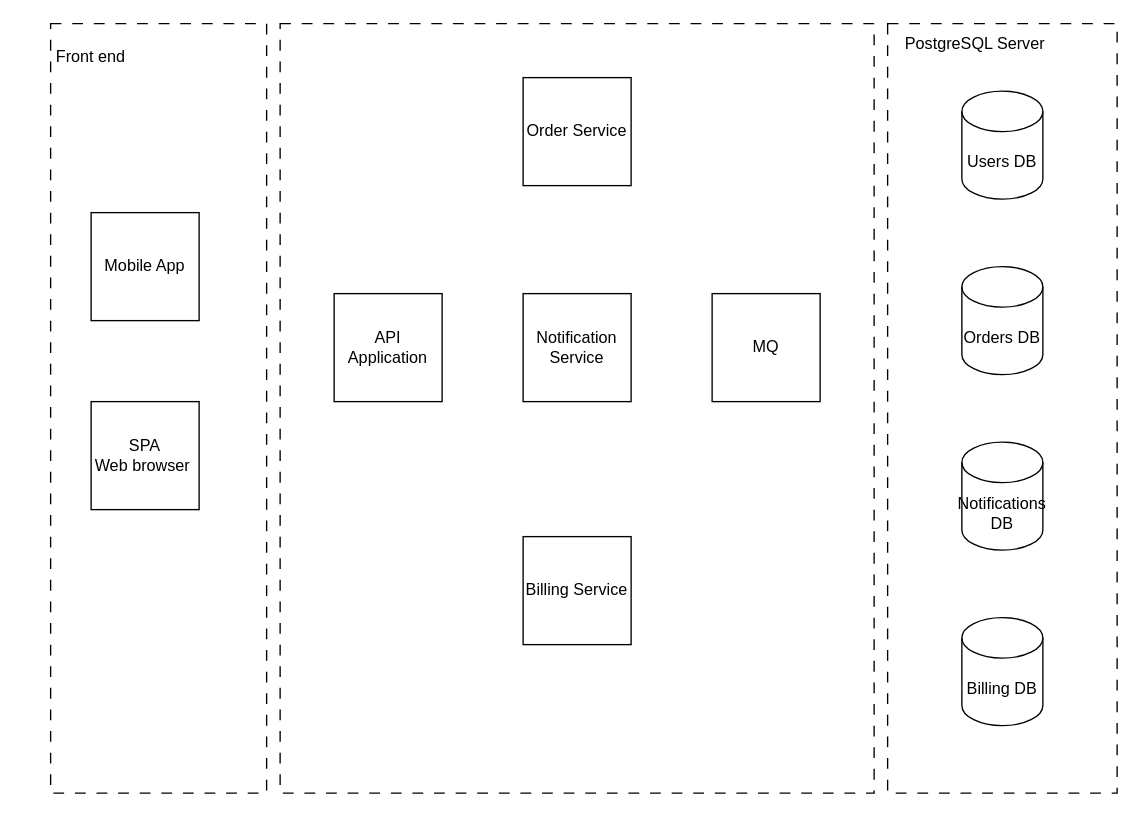
Above: 3 deployment.drawio in samsonovsa/OtusArhitectureHW3 (draw.io), before the change. Source tidied: cells renumbered, new cells numbered last; positions are measured from the earlier drawing's top-left corner, leaving out a move shared by most shapes. Both pictures are drawn from the tidied source at 135%, with x=0, y=0 at pixel (50, 23).
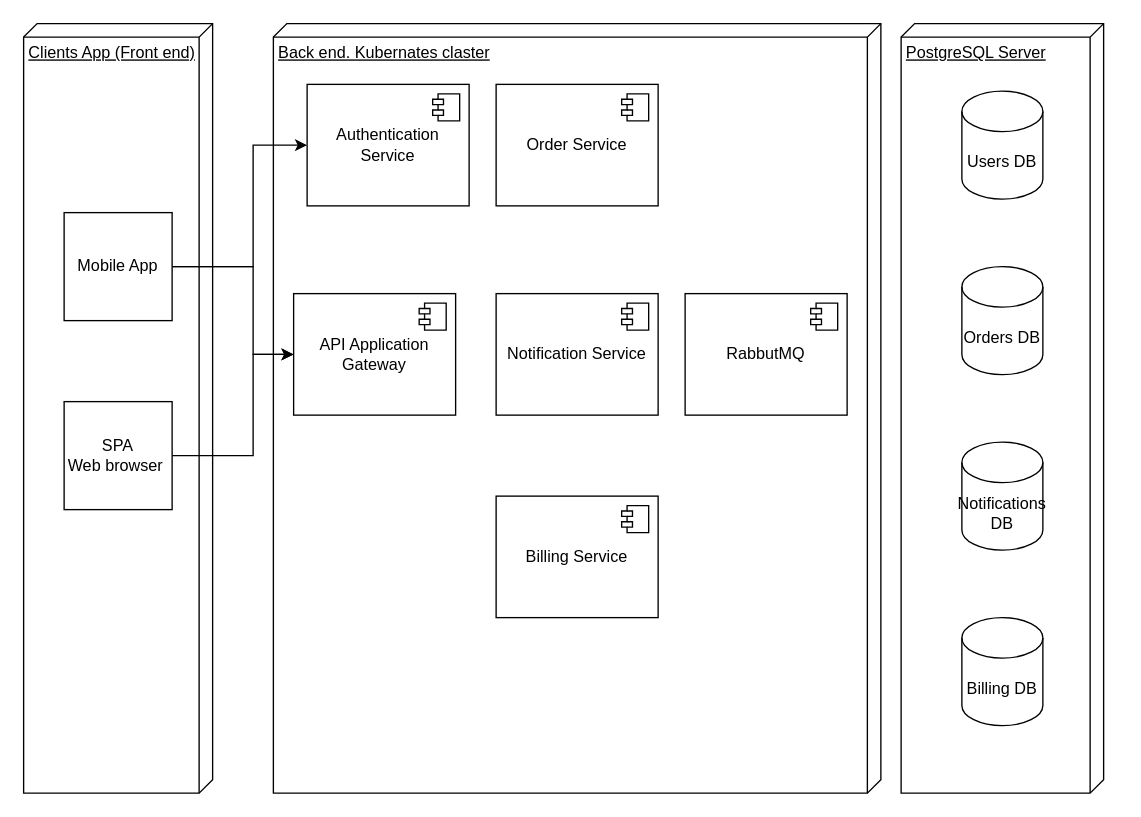
After the change.

Commit message (it also covers changes not shown here):
add deployment diagramm

Diff of the diagram source:
```diff
@@
-    <mxCell id="2" style="rounded=0;whiteSpace=wrap;html=1;dashed=1;dashPattern=8 8;" parent="1" vertex="1">
-      <mxGeometry x="170" width="440" height="570" as="geometry" />
-    </mxCell>
-    <mxCell id="3" style="rounded=0;whiteSpace=wrap;html=1;dashed=1;dashPattern=8 8;" parent="1" vertex="1">
-      <mxGeometry x="620" width="170" height="570" as="geometry" />
-    </mxCell>
-    <mxCell id="4" style="rounded=0;whiteSpace=wrap;html=1;dashed=1;dashPattern=8 8;" parent="1" vertex="1">
-      <mxGeometry width="160" height="570" as="geometry" />
-    </mxCell>
+    <mxCell id="17" value="PostgreSQL Server" style="verticalAlign=top;align=left;spacingTop=8;spacingLeft=2;spacingRight=12;shape=cube;size=10;direction=south;fontStyle=4;html=1;whiteSpace=wrap;" parent="1" vertex="1">
+      <mxGeometry x="630" width="150" height="570" as="geometry" />
+    </mxCell>
+    <mxCell id="18" value="Back end. Kubernates claster" style="verticalAlign=top;align=left;spacingTop=8;spacingLeft=2;spacingRight=12;shape=cube;size=10;direction=south;fontStyle=4;html=1;whiteSpace=wrap;" parent="1" vertex="1">
+      <mxGeometry x="165" width="450" height="570" as="geometry" />
+    </mxCell>
+    <mxCell id="19" value="Clients App (Front end)" style="verticalAlign=top;align=left;spacingTop=8;spacingLeft=2;spacingRight=12;shape=cube;size=10;direction=south;fontStyle=4;html=1;whiteSpace=wrap;" parent="1" vertex="1">
+      <mxGeometry x="-20" width="140" height="570" as="geometry" />
+    </mxCell>
+    <mxCell id="20" style="edgeStyle=orthogonalEdgeStyle;rounded=0;jettySize=auto;html=1;" parent="1" edge="1" source="5" target="30">
+      <mxGeometry relative="1" as="geometry">
+        <Array as="points">
+          <mxPoint x="150" y="180" />
+          <mxPoint x="150" y="245" />
+        </Array>
+      </mxGeometry>
+    </mxCell>
+    <mxCell id="21" style="edgeStyle=orthogonalEdgeStyle;rounded=0;jettySize=auto;html=1;entryX=0;entryY=0.5;entryDx=0;entryDy=0;" parent="1" edge="1" source="5" target="26">
+      <mxGeometry relative="1" as="geometry">
+        <Array as="points">
+          <mxPoint x="150" y="180" />
+          <mxPoint x="150" y="90" />
+        </Array>
+      </mxGeometry>
+    </mxCell>
     <mxCell id="5" value="Mobile App" style="whiteSpace=wrap;html=1;" parent="1" vertex="1">
-      <mxGeometry x="30" y="140" width="80" height="80" as="geometry" />
+      <mxGeometry x="10" y="140" width="80" height="80" as="geometry" />
     </mxCell>
+    <mxCell id="22" style="edgeStyle=orthogonalEdgeStyle;rounded=0;jettySize=auto;html=1;" parent="1" edge="1" source="6" target="30">
+      <mxGeometry relative="1" as="geometry">
+        <Array as="points">
+          <mxPoint x="150" y="320" />
+          <mxPoint x="150" y="245" />
+        </Array>
+      </mxGeometry>
+    </mxCell>
     <mxCell id="6" value="SPA&lt;br&gt;Web browser&amp;nbsp;" style="whiteSpace=wrap;html=1;" parent="1" vertex="1">
-      <mxGeometry x="30" y="280" width="80" height="80" as="geometry" />
+      <mxGeometry x="10" y="280" width="80" height="80" as="geometry" />
     </mxCell>
-    <mxCell id="7" value="API Application" style="whiteSpace=wrap;html=1;" parent="1" vertex="1">
-      <mxGeometry x="210" y="200" width="80" height="80" as="geometry" />
-    </mxCell>
-    <mxCell id="8" value="Order Service" style="whiteSpace=wrap;html=1;" parent="1" vertex="1">
-      <mxGeometry x="350" y="40" width="80" height="80" as="geometry" />
-    </mxCell>
-    <mxCell id="9" value="Notification Service" style="whiteSpace=wrap;html=1;" parent="1" vertex="1">
-      <mxGeometry x="350" y="200" width="80" height="80" as="geometry" />
-    </mxCell>
-    <mxCell id="10" value="Billing Service" style="whiteSpace=wrap;html=1;" parent="1" vertex="1">
-      <mxGeometry x="350" y="380" width="80" height="80" as="geometry" />
-    </mxCell>
-    <mxCell id="11" value="MQ" style="whiteSpace=wrap;html=1;" parent="1" vertex="1">
-      <mxGeometry x="490" y="200" width="80" height="80" as="geometry" />
-    </mxCell>
@@
-    <mxCell id="16" value="Front end" style="text;html=1;strokeColor=none;fillColor=none;align=center;verticalAlign=middle;whiteSpace=wrap;rounded=0;" parent="1" vertex="1">
-      <mxGeometry y="10" width="60" height="30" as="geometry" />
-    </mxCell>
-    <mxCell id="17" value="PostgreSQL Server" style="text;html=1;strokeColor=none;fillColor=none;align=center;verticalAlign=middle;whiteSpace=wrap;rounded=0;" parent="1" vertex="1">
-      <mxGeometry x="610" width="150" height="30" as="geometry" />
-    </mxCell>
+    <mxCell id="23" value="RabbutMQ" style="html=1;whiteSpace=wrap;" parent="1" vertex="1">
+      <mxGeometry x="470" y="200" width="120" height="90" as="geometry" />
+    </mxCell>
+    <mxCell id="24" style="shape=module;jettyWidth=8;jettyHeight=4;" parent="23" vertex="1">
+      <mxGeometry x="1" width="20" height="20" relative="1" as="geometry">
+        <mxPoint x="-27" y="7" as="offset" />
+      </mxGeometry>
+    </mxCell>
+    <mxCell id="10" value="Billing Service" style="html=1;whiteSpace=wrap;" parent="1" vertex="1">
+      <mxGeometry x="330" y="350" width="120" height="90" as="geometry" />
+    </mxCell>
+    <mxCell id="25" style="shape=module;jettyWidth=8;jettyHeight=4;" parent="10" vertex="1">
+      <mxGeometry x="1" width="20" height="20" relative="1" as="geometry">
+        <mxPoint x="-27" y="7" as="offset" />
+      </mxGeometry>
+    </mxCell>
+    <mxCell id="26" value="Authentication&lt;br style=&quot;border-color: var(--border-color);&quot;&gt;Service" style="html=1;whiteSpace=wrap;" parent="1" vertex="1">
+      <mxGeometry x="190" y="45" width="120" height="90" as="geometry" />
+    </mxCell>
+    <mxCell id="27" style="shape=module;jettyWidth=8;jettyHeight=4;" parent="26" vertex="1">
+      <mxGeometry x="1" width="20" height="20" relative="1" as="geometry">
+        <mxPoint x="-27" y="7" as="offset" />
+      </mxGeometry>
+    </mxCell>
+    <mxCell id="8" value="Order Service" style="html=1;whiteSpace=wrap;" parent="1" vertex="1">
+      <mxGeometry x="330" y="45" width="120" height="90" as="geometry" />
+    </mxCell>
+    <mxCell id="28" style="shape=module;jettyWidth=8;jettyHeight=4;" parent="8" vertex="1">
+      <mxGeometry x="1" width="20" height="20" relative="1" as="geometry">
+        <mxPoint x="-27" y="7" as="offset" />
+      </mxGeometry>
+    </mxCell>
+    <mxCell id="9" value="Notification Service" style="html=1;whiteSpace=wrap;" parent="1" vertex="1">
+      <mxGeometry x="330" y="200" width="120" height="90" as="geometry" />
+    </mxCell>
+    <mxCell id="29" style="shape=module;jettyWidth=8;jettyHeight=4;" parent="9" vertex="1">
+      <mxGeometry x="1" width="20" height="20" relative="1" as="geometry">
+        <mxPoint x="-27" y="7" as="offset" />
+      </mxGeometry>
+    </mxCell>
+    <mxCell id="30" value="API Application&lt;br&gt;Gateway" style="html=1;whiteSpace=wrap;" parent="1" vertex="1">
+      <mxGeometry x="180" y="200" width="120" height="90" as="geometry" />
+    </mxCell>
+    <mxCell id="31" style="shape=module;jettyWidth=8;jettyHeight=4;" parent="30" vertex="1">
+      <mxGeometry x="1" width="20" height="20" relative="1" as="geometry">
+        <mxPoint x="-27" y="7" as="offset" />
+      </mxGeometry>
+    </mxCell>
```
